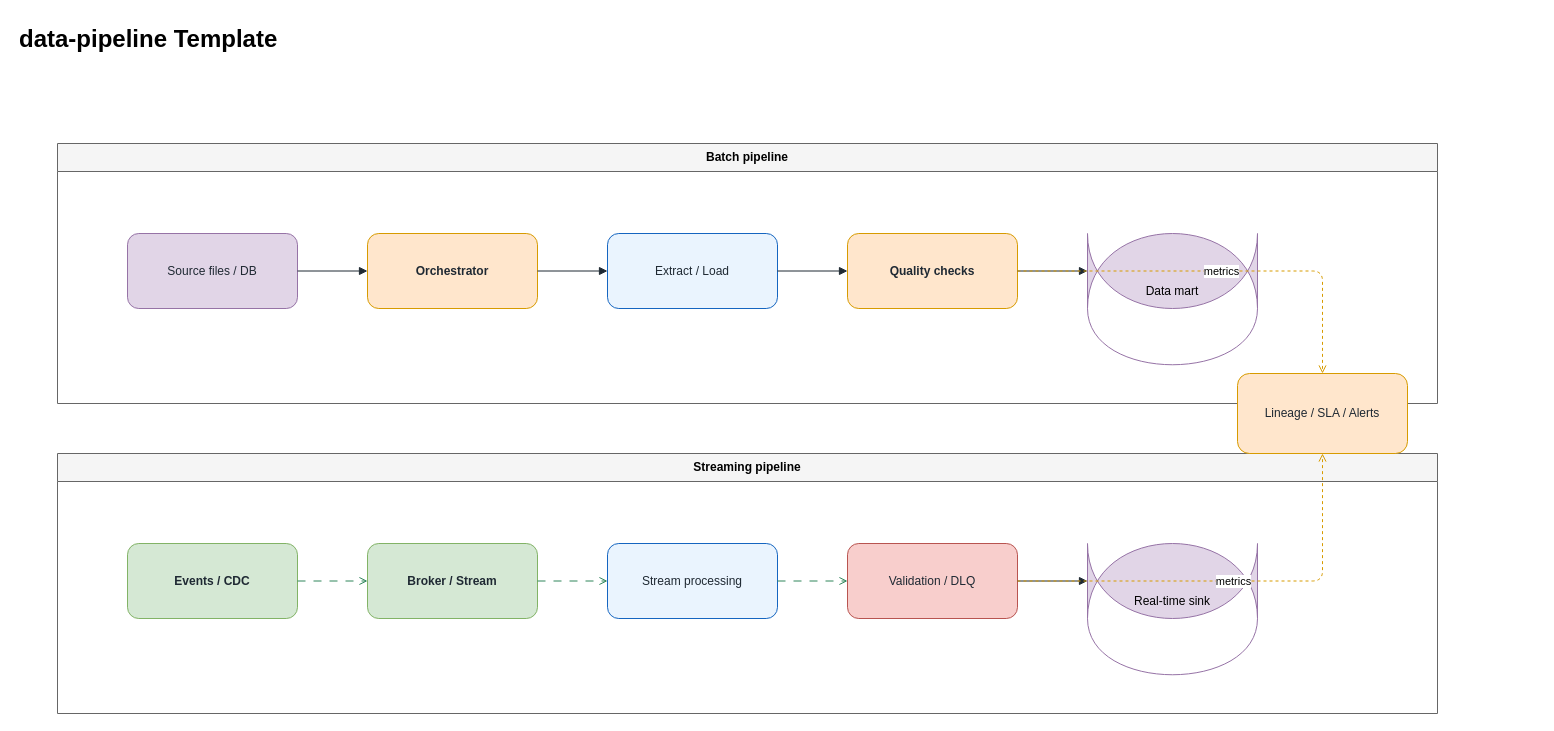
This is examples/software-infra-analytics/data-pipeline.drawio from fjgonzalezmgt/drawingskills, a draw.io file, before an edit. Source tidied: cells renumbered, new cells numbered last; positions are measured from the earlier drawing's top-left corner, leaving out a move shared by most shapes. Both pictures are drawn from the tidied source at 100%, with x=0, y=0 at pixel (17, 17).
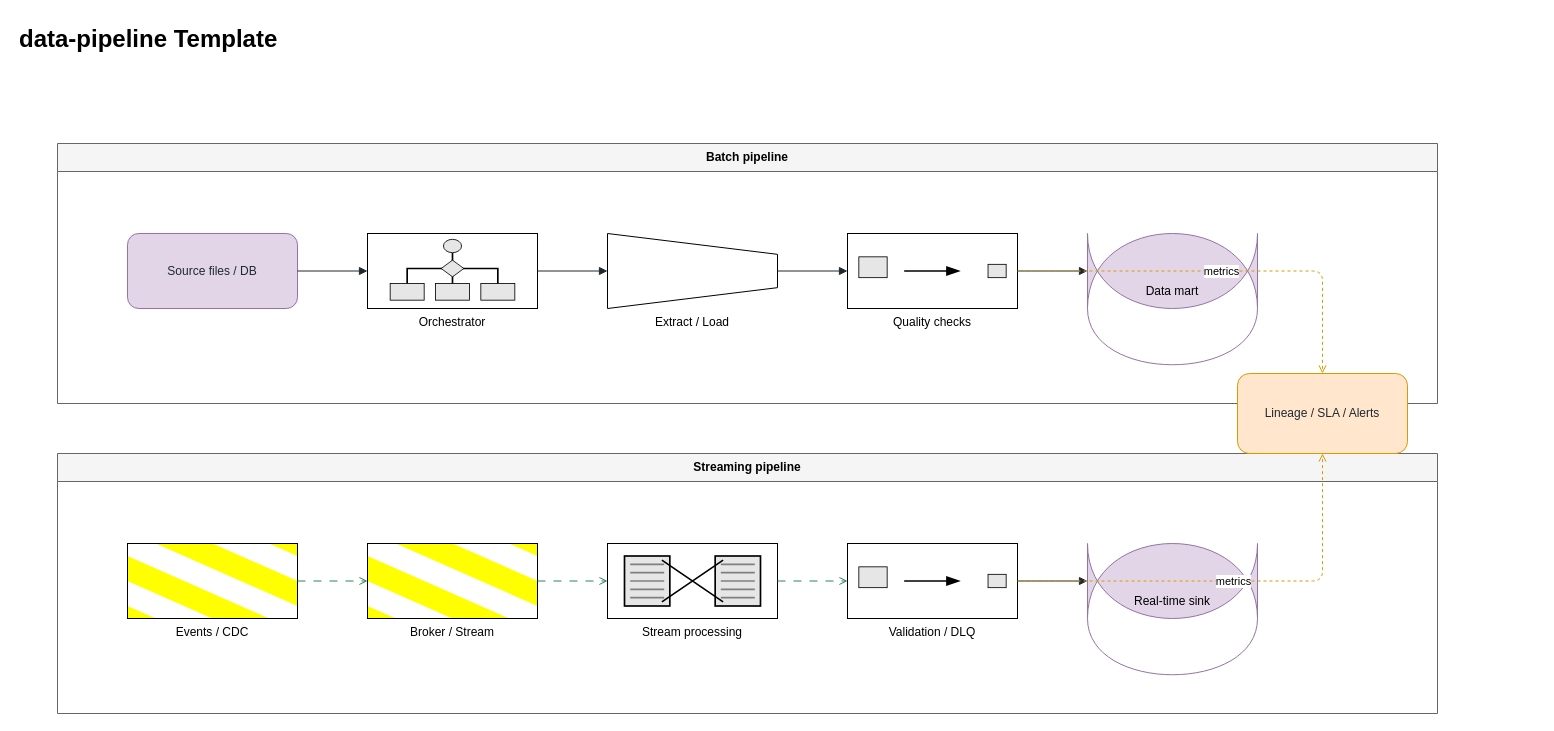
The same page after the edit.

Change to the diagram source:
```diff
@@
-    <mxCell id="6" value="Orchestrator" style="rounded=1;whiteSpace=wrap;html=1;fillColor=#FFE6CC;strokeColor=#D79B00;fontColor=#1F2933;fontStyle=1;" parent="1" vertex="1">
+    <mxCell id="6" value="Orchestrator" style="shape=mxgraph.eip.process_manager;whiteSpace=wrap;html=1;verticalLabelPosition=bottom;verticalAlign=top;align=center;" parent="1" vertex="1">
       <mxGeometry x="350" y="216" width="170" height="75" as="geometry" />
     </mxCell>
-    <mxCell id="7" value="Extract / Load" style="rounded=1;whiteSpace=wrap;html=1;fillColor=#EAF4FE;strokeColor=#1565C0;fontColor=#1F2933;" parent="1" vertex="1">
+    <mxCell id="7" value="Extract / Load" style="shape=mxgraph.eip.channel_adapter;whiteSpace=wrap;html=1;verticalLabelPosition=bottom;verticalAlign=top;align=center;" parent="1" vertex="1">
       <mxGeometry x="590" y="216" width="170" height="75" as="geometry" />
     </mxCell>
-    <mxCell id="8" value="Quality checks" style="rounded=1;whiteSpace=wrap;html=1;fillColor=#FFE6CC;strokeColor=#D79B00;fontColor=#1F2933;fontStyle=1;" parent="1" vertex="1">
+    <mxCell id="8" value="Quality checks" style="shape=mxgraph.eip.content_filter;whiteSpace=wrap;html=1;verticalLabelPosition=bottom;verticalAlign=top;align=center;" parent="1" vertex="1">
       <mxGeometry x="830" y="216" width="170" height="75" as="geometry" />
     </mxCell>
@@
-    <mxCell id="10" value="Events / CDC" style="rounded=1;whiteSpace=wrap;html=1;fillColor=#D5E8D4;strokeColor=#82B366;fontColor=#1F2933;fontStyle=1;" parent="1" vertex="1">
+    <mxCell id="10" value="Events / CDC" style="shape=mxgraph.eip.message_1;whiteSpace=wrap;html=1;verticalLabelPosition=bottom;verticalAlign=top;align=center;" parent="1" vertex="1">
       <mxGeometry x="110" y="526" width="170" height="75" as="geometry" />
     </mxCell>
-    <mxCell id="11" value="Broker / Stream" style="rounded=1;whiteSpace=wrap;html=1;fillColor=#D5E8D4;strokeColor=#82B366;fontColor=#1F2933;fontStyle=1;" parent="1" vertex="1">
+    <mxCell id="11" value="Broker / Stream" style="shape=mxgraph.eip.message_1;whiteSpace=wrap;html=1;verticalLabelPosition=bottom;verticalAlign=top;align=center;" parent="1" vertex="1">
       <mxGeometry x="350" y="526" width="170" height="75" as="geometry" />
     </mxCell>
-    <mxCell id="12" value="Stream processing" style="rounded=1;whiteSpace=wrap;html=1;fillColor=#EAF4FE;strokeColor=#1565C0;fontColor=#1F2933;" parent="1" vertex="1">
+    <mxCell id="12" value="Stream processing" style="shape=mxgraph.eip.message_translator;whiteSpace=wrap;html=1;verticalLabelPosition=bottom;verticalAlign=top;align=center;" parent="1" vertex="1">
       <mxGeometry x="590" y="526" width="170" height="75" as="geometry" />
     </mxCell>
-    <mxCell id="13" value="Validation / DLQ" style="rounded=1;whiteSpace=wrap;html=1;fillColor=#F8CECC;strokeColor=#B85450;fontColor=#1F2933;" parent="1" vertex="1">
+    <mxCell id="13" value="Validation / DLQ" style="shape=mxgraph.eip.content_filter;whiteSpace=wrap;html=1;verticalLabelPosition=bottom;verticalAlign=top;align=center;" parent="1" vertex="1">
       <mxGeometry x="830" y="526" width="170" height="75" as="geometry" />
     </mxCell>
```
